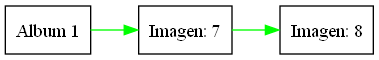
C-FernandoSazo/EDD_PROYECTOF2_202202906 keeps this Graphviz diagram as img/lista_album.png. Above is the earlier version. Its source is kept beside it as dot/lista_album.dot.
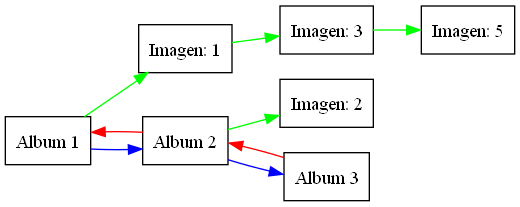
Above is the later version.

Change to the diagram source:
```diff
@@ -2,8 +2,18 @@
      rankdir=LR;
      node [shape=record];
  "Node           1 " [label="Album 1"];
- "Node           1 Img           1 " [label=" Imagen:            7 "];
+ "Node           1 Img           1 " [label=" Imagen:            1 "];
  "Node           1 " -> "Node           1 Img           1 " [color=green];
  "Node           1 Img           1 " -> "Node           1 Img           2 " [color=green];
- "Node           1 Img           2 " [label=" Imagen:            8 "];
+ "Node           1 Img           2 " [label=" Imagen:            3 "];
+ "Node           1 Img           2 " -> "Node           1 Img           3 " [color=green];
+ "Node           1 Img           3 " [label=" Imagen:            5 "];
+     "Node           1 " -> "Node           2 " [color=blue];
+     "Node           2 " -> "Node           1 " [color=red];
+ "Node           2 " [label="Album 2"];
+ "Node           2 Img           1 " [label=" Imagen:            2 "];
+ "Node           2 " -> "Node           2 Img           1 " [color=green];
+     "Node           2 " -> "Node           3 " [color=blue];
+     "Node           3 " -> "Node           2 " [color=red];
+ "Node           3 " [label="Album 3"];
  }
```
